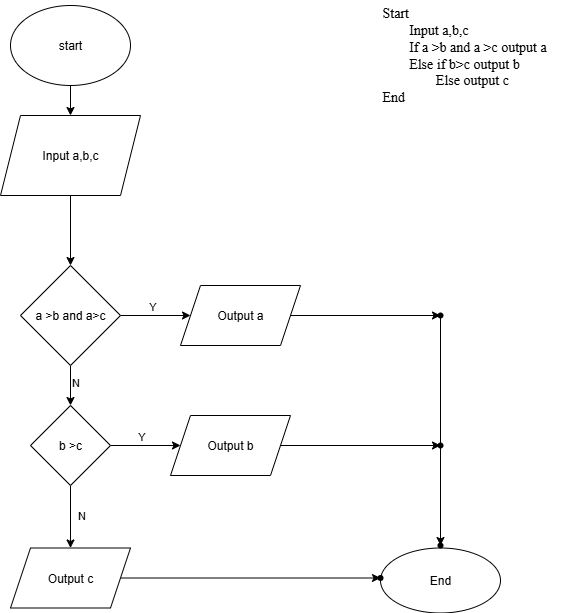
Before: ss3_pseudo/bai3.png, a diagram exported from draw.io (DoanNhatLong/m1_c09). Source tidied: cells renumbered, new cells last; positions are measured from the earlier drawing's top-left corner, leaving out a move shared by most shapes. The source it was exported from:
```xml
<mxGraphModel>
  <root>
    <mxCell id="0" />
    <mxCell id="1" parent="0" />
    <mxCell id="2" style="edgeStyle=orthogonalEdgeStyle;rounded=0;jettySize=auto;html=1;" parent="1" edge="1" source="3" target="4">
      <mxGeometry relative="1" as="geometry" />
    </mxCell>
    <mxCell id="3" value="start" style="ellipse;whiteSpace=wrap;html=1;" parent="1" vertex="1">
      <mxGeometry x="10" y="5" width="120" height="80" as="geometry" />
    </mxCell>
    <mxCell id="4" value="Input a,b,c" style="shape=parallelogram;perimeter=parallelogramPerimeter;whiteSpace=wrap;html=1;fixedSize=1;" parent="1" vertex="1">
      <mxGeometry y="115" width="140" height="80" as="geometry" />
    </mxCell>
    <mxCell id="5" style="edgeStyle=orthogonalEdgeStyle;rounded=0;jettySize=auto;html=1;exitX=0.5;exitY=1;exitDx=0;exitDy=0;entryX=0.5;entryY=0;entryDx=0;entryDy=0;entryPerimeter=0;" parent="1" edge="1" source="4" target="12">
      <mxGeometry relative="1" as="geometry" />
    </mxCell>
    <mxCell id="6" value="End" style="ellipse;whiteSpace=wrap;html=1;" parent="1" vertex="1">
      <mxGeometry x="380" y="547.5" width="120" height="65" as="geometry" />
    </mxCell>
    <mxCell id="7" value="&lt;font style=&quot;font-size: 14px;&quot; face=&quot;Times New Roman&quot;&gt;Start&lt;br&gt;&lt;span style=&quot;white-space: pre;&quot;&gt;&#9;&lt;/span&gt;Input a,b,c&lt;/font&gt;&lt;div&gt;&lt;font face=&quot;Times New Roman&quot;&gt;&lt;span style=&quot;font-size: 14px;&quot;&gt;&lt;span style=&quot;white-space: pre;&quot;&gt;&#9;&lt;/span&gt;If a &amp;gt;b and a &amp;gt;c output a&lt;br&gt;&lt;span style=&quot;white-space: pre;&quot;&gt;&#9;&lt;/span&gt;Else if b&amp;gt;c output b&lt;br&gt;&lt;span style=&quot;white-space: pre;&quot;&gt;&#9;&lt;/span&gt;&lt;span style=&quot;white-space: pre;&quot;&gt;&#9;&lt;/span&gt;Else output c&lt;br&gt;&lt;/span&gt;&lt;/font&gt;&lt;div&gt;&lt;font style=&quot;font-size: 14px;&quot; face=&quot;Times New Roman&quot;&gt;End&lt;/font&gt;&lt;/div&gt;&lt;div&gt;&lt;/div&gt;&lt;/div&gt;" style="text;html=1;align=left;verticalAlign=middle;strokeColor=none;fillColor=none;" parent="1" vertex="1">
      <mxGeometry x="380" width="190" height="110" as="geometry" />
    </mxCell>
    <mxCell id="8" style="edgeStyle=orthogonalEdgeStyle;rounded=0;jettySize=auto;html=1;" parent="1" edge="1" source="12" target="19">
      <mxGeometry relative="1" as="geometry" />
    </mxCell>
    <mxCell id="9" value="N" style="edgeLabel;html=1;align=center;verticalAlign=middle;" parent="8" vertex="1">
      <mxGeometry x="-0.19" y="4" relative="1" as="geometry" />
    </mxCell>
    <mxCell id="10" style="edgeStyle=orthogonalEdgeStyle;rounded=0;jettySize=auto;html=1;" parent="1" edge="1" source="12" target="14">
      <mxGeometry relative="1" as="geometry" />
    </mxCell>
    <mxCell id="11" value="Y" style="edgeLabel;html=1;align=center;verticalAlign=middle;" parent="10" vertex="1">
      <mxGeometry x="-0.11" y="-2" relative="1" as="geometry">
        <mxPoint y="-12" as="offset" />
      </mxGeometry>
    </mxCell>
    <mxCell id="12" value="a &amp;gt;b and a&amp;gt;c" style="rhombus;whiteSpace=wrap;html=1;" parent="1" vertex="1">
      <mxGeometry x="20" y="265" width="100" height="100" as="geometry" />
    </mxCell>
    <mxCell id="13" style="edgeStyle=orthogonalEdgeStyle;rounded=0;jettySize=auto;html=1;" parent="1" edge="1" source="14" target="25">
      <mxGeometry relative="1" as="geometry" />
    </mxCell>
    <mxCell id="14" value="Output a" style="shape=parallelogram;perimeter=parallelogramPerimeter;whiteSpace=wrap;html=1;fixedSize=1;" parent="1" vertex="1">
      <mxGeometry x="180" y="285" width="120" height="60" as="geometry" />
    </mxCell>
    <mxCell id="15" style="edgeStyle=orthogonalEdgeStyle;rounded=0;jettySize=auto;html=1;" parent="1" edge="1" source="19" target="23">
      <mxGeometry relative="1" as="geometry" />
    </mxCell>
    <mxCell id="16" value="N" style="edgeLabel;html=1;align=center;verticalAlign=middle;" parent="15" vertex="1">
      <mxGeometry x="-0.07" y="1" relative="1" as="geometry">
        <mxPoint x="9" as="offset" />
      </mxGeometry>
    </mxCell>
    <mxCell id="17" style="edgeStyle=orthogonalEdgeStyle;rounded=0;jettySize=auto;html=1;" parent="1" edge="1" source="19" target="21">
      <mxGeometry relative="1" as="geometry" />
    </mxCell>
    <mxCell id="18" value="Y" style="edgeLabel;html=1;align=center;verticalAlign=middle;" parent="17" vertex="1">
      <mxGeometry x="-0.02" relative="1" as="geometry">
        <mxPoint x="-4" y="-10" as="offset" />
      </mxGeometry>
    </mxCell>
    <mxCell id="19" value="b &amp;gt;c" style="rhombus;whiteSpace=wrap;html=1;" parent="1" vertex="1">
      <mxGeometry x="30" y="405" width="80" height="80" as="geometry" />
    </mxCell>
    <mxCell id="20" style="edgeStyle=orthogonalEdgeStyle;rounded=0;jettySize=auto;html=1;" parent="1" edge="1" source="21" target="27">
      <mxGeometry relative="1" as="geometry" />
    </mxCell>
    <mxCell id="21" value="Output b" style="shape=parallelogram;perimeter=parallelogramPerimeter;whiteSpace=wrap;html=1;fixedSize=1;" parent="1" vertex="1">
      <mxGeometry x="170" y="415" width="120" height="60" as="geometry" />
    </mxCell>
    <mxCell id="22" style="edgeStyle=orthogonalEdgeStyle;rounded=0;jettySize=auto;html=1;" parent="1" edge="1" source="23" target="28">
      <mxGeometry relative="1" as="geometry" />
    </mxCell>
    <mxCell id="23" value="Output c" style="shape=parallelogram;perimeter=parallelogramPerimeter;whiteSpace=wrap;html=1;fixedSize=1;" parent="1" vertex="1">
      <mxGeometry x="10" y="547.5" width="120" height="60" as="geometry" />
    </mxCell>
    <mxCell id="24" style="edgeStyle=orthogonalEdgeStyle;rounded=0;jettySize=auto;html=1;" parent="1" edge="1" source="25" target="26">
      <mxGeometry relative="1" as="geometry" />
    </mxCell>
    <mxCell id="25" style="shape=waypoint;sketch=0;size=6;points=[];fillColor=default;perimeter=centerPerimeter;snapToPoint=1;" parent="1" vertex="1">
      <mxGeometry x="430" y="305" width="20" height="20" as="geometry" />
    </mxCell>
    <mxCell id="26" style="shape=waypoint;sketch=0;size=6;points=[];fillColor=default;perimeter=centerPerimeter;snapToPoint=1;" parent="1" vertex="1">
      <mxGeometry x="430" y="535" width="20" height="20" as="geometry" />
    </mxCell>
    <mxCell id="27" style="shape=waypoint;sketch=0;size=6;points=[];fillColor=default;perimeter=centerPerimeter;snapToPoint=1;" parent="1" vertex="1">
      <mxGeometry x="430" y="435" width="20" height="20" as="geometry" />
    </mxCell>
    <mxCell id="28" style="shape=waypoint;sketch=0;size=6;points=[];fillColor=default;perimeter=centerPerimeter;snapToPoint=1;" parent="1" vertex="1">
      <mxGeometry x="370" y="567.5" width="20" height="20" as="geometry" />
    </mxCell>
  </root>
</mxGraphModel>
```
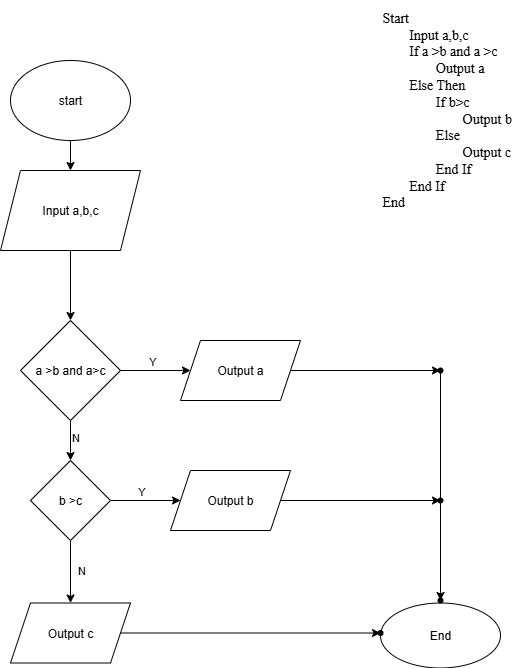
Later version of the same file.

Commit message:
Bai_tap_pseudo

Diff of the diagram source:
```diff
@@ -17,8 +17,8 @@
     <mxCell id="6" value="End" style="ellipse;whiteSpace=wrap;html=1;" parent="1" vertex="1">
       <mxGeometry x="380" y="547.5" width="120" height="65" as="geometry" />
     </mxCell>
-    <mxCell id="7" value="&lt;font style=&quot;font-size: 14px;&quot; face=&quot;Times New Roman&quot;&gt;Start&lt;br&gt;&lt;span style=&quot;white-space: pre;&quot;&gt;&#9;&lt;/span&gt;Input a,b,c&lt;/font&gt;&lt;div&gt;&lt;font face=&quot;Times New Roman&quot;&gt;&lt;span style=&quot;font-size: 14px;&quot;&gt;&lt;span style=&quot;white-space: pre;&quot;&gt;&#9;&lt;/span&gt;If a &amp;gt;b and a &amp;gt;c output a&lt;br&gt;&lt;span style=&quot;white-space: pre;&quot;&gt;&#9;&lt;/span&gt;Else if b&amp;gt;c output b&lt;br&gt;&lt;span style=&quot;white-space: pre;&quot;&gt;&#9;&lt;/span&gt;&lt;span style=&quot;white-space: pre;&quot;&gt;&#9;&lt;/span&gt;Else output c&lt;br&gt;&lt;/span&gt;&lt;/font&gt;&lt;div&gt;&lt;font style=&quot;font-size: 14px;&quot; face=&quot;Times New Roman&quot;&gt;End&lt;/font&gt;&lt;/div&gt;&lt;div&gt;&lt;/div&gt;&lt;/div&gt;" style="text;html=1;align=left;verticalAlign=middle;strokeColor=none;fillColor=none;" parent="1" vertex="1">
-      <mxGeometry x="380" width="190" height="110" as="geometry" />
+    <mxCell id="7" value="&lt;font style=&quot;font-size: 14px;&quot; face=&quot;Times New Roman&quot;&gt;Start&lt;br&gt;&lt;span style=&quot;white-space: pre;&quot;&gt;&#9;&lt;/span&gt;Input a,b,c&lt;/font&gt;&lt;div&gt;&lt;font face=&quot;Times New Roman&quot;&gt;&lt;span style=&quot;font-size: 14px;&quot;&gt;&lt;span style=&quot;white-space: pre;&quot;&gt;&#9;&lt;/span&gt;If a &amp;gt;b and a &amp;gt;c&amp;nbsp;&lt;/span&gt;&lt;/font&gt;&lt;/div&gt;&lt;div&gt;&lt;font face=&quot;Times New Roman&quot;&gt;&lt;span style=&quot;font-size: 14px;&quot;&gt;&lt;span style=&quot;white-space: pre;&quot;&gt;&#9;&lt;/span&gt;&lt;span style=&quot;white-space: pre;&quot;&gt;&#9;&lt;/span&gt;Output a&lt;br&gt;&lt;span style=&quot;white-space: pre;&quot;&gt;&#9;&lt;/span&gt;Else Then&lt;/span&gt;&lt;/font&gt;&lt;/div&gt;&lt;div&gt;&lt;font face=&quot;Times New Roman&quot;&gt;&lt;span style=&quot;font-size: 14px;&quot;&gt;&lt;span style=&quot;white-space: pre;&quot;&gt;&#9;&lt;/span&gt;&lt;span style=&quot;white-space: pre;&quot;&gt;&#9;&lt;/span&gt;If b&amp;gt;c&lt;/span&gt;&lt;/font&gt;&lt;/div&gt;&lt;div&gt;&lt;font face=&quot;Times New Roman&quot;&gt;&lt;span style=&quot;font-size: 14px;&quot;&gt;&lt;span style=&quot;white-space: pre;&quot;&gt;&#9;&lt;/span&gt;&lt;span style=&quot;white-space: pre;&quot;&gt;&#9;&lt;span style=&quot;white-space: pre;&quot;&gt;&#9;&lt;/span&gt;&lt;/span&gt;Output b&lt;br&gt;&lt;span style=&quot;white-space: pre;&quot;&gt;&#9;&lt;span style=&quot;white-space: pre;&quot;&gt;&#9;&lt;/span&gt;&lt;/span&gt;Else&amp;nbsp;&lt;/span&gt;&lt;/font&gt;&lt;/div&gt;&lt;div&gt;&lt;font face=&quot;Times New Roman&quot;&gt;&lt;span style=&quot;font-size: 14px;&quot;&gt;&lt;span style=&quot;white-space: pre;&quot;&gt;&#9;&lt;/span&gt;&lt;span style=&quot;white-space: pre;&quot;&gt;&#9;&lt;/span&gt;&lt;span style=&quot;white-space: pre;&quot;&gt;&#9;&lt;/span&gt;Output c&lt;/span&gt;&lt;/font&gt;&lt;/div&gt;&lt;div&gt;&lt;font face=&quot;Times New Roman&quot;&gt;&lt;span style=&quot;font-size: 14px;&quot;&gt;&lt;span style=&quot;white-space: pre;&quot;&gt;&#9;&lt;/span&gt;&lt;span style=&quot;white-space: pre;&quot;&gt;&#9;&lt;/span&gt;End If&lt;/span&gt;&lt;/font&gt;&lt;/div&gt;&lt;div&gt;&lt;font face=&quot;Times New Roman&quot;&gt;&lt;span style=&quot;font-size: 14px;&quot;&gt;&lt;span style=&quot;white-space: pre;&quot;&gt;&#9;&lt;/span&gt;End If&lt;br&gt;&lt;/span&gt;&lt;/font&gt;&lt;div&gt;&lt;font style=&quot;font-size: 14px;&quot; face=&quot;Times New Roman&quot;&gt;End&lt;/font&gt;&lt;/div&gt;&lt;div&gt;&lt;/div&gt;&lt;/div&gt;" style="text;html=1;align=left;verticalAlign=middle;strokeColor=none;fillColor=none;" parent="1" vertex="1">
+      <mxGeometry x="380" y="-55" width="150" height="220" as="geometry" />
     </mxCell>
     <mxCell id="8" style="edgeStyle=orthogonalEdgeStyle;rounded=0;jettySize=auto;html=1;" parent="1" edge="1" source="12" target="19">
       <mxGeometry relative="1" as="geometry" />
```
